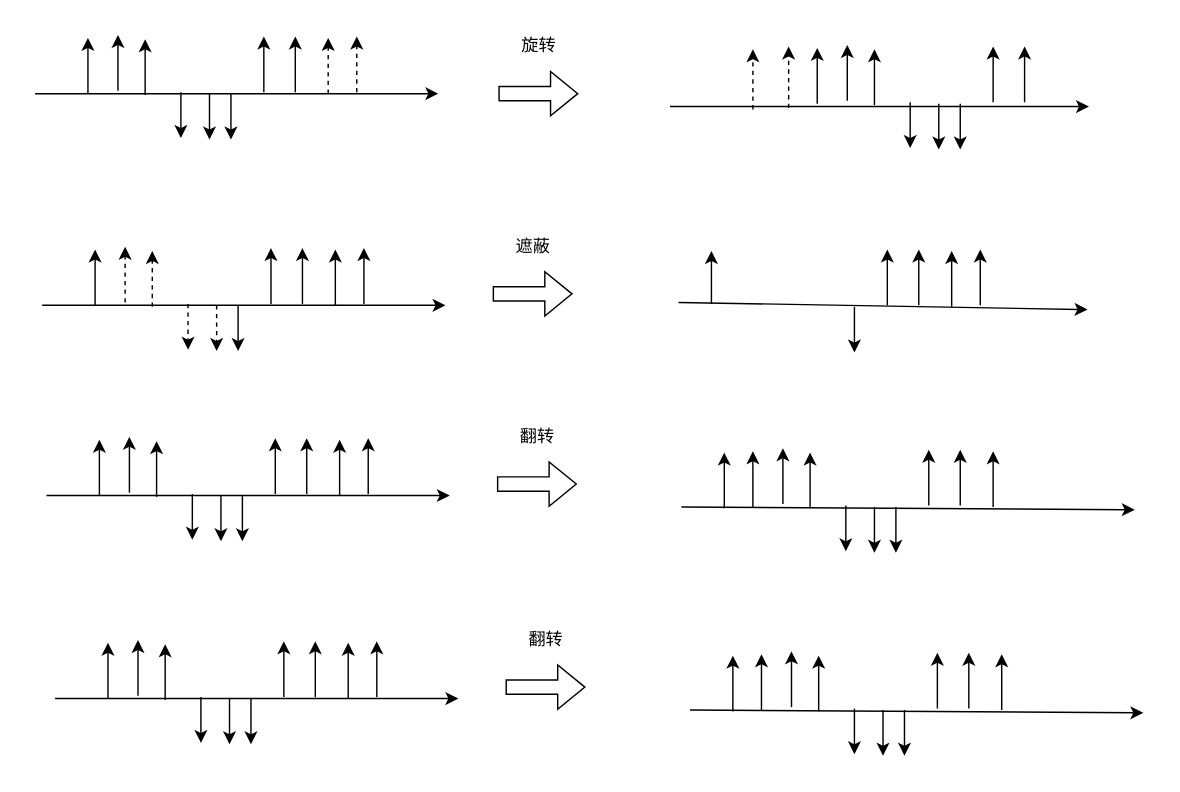
The draw.io diagram 门禁/数据增强.drawio in lilang0710/ll, before the edit. Source tidied: cells renumbered, new cells numbered last; positions are measured from the earlier drawing's top-left corner, leaving out a move shared by most shapes. Both pictures are drawn from the tidied source at 143%, with x=0, y=0 at pixel (34, 27).
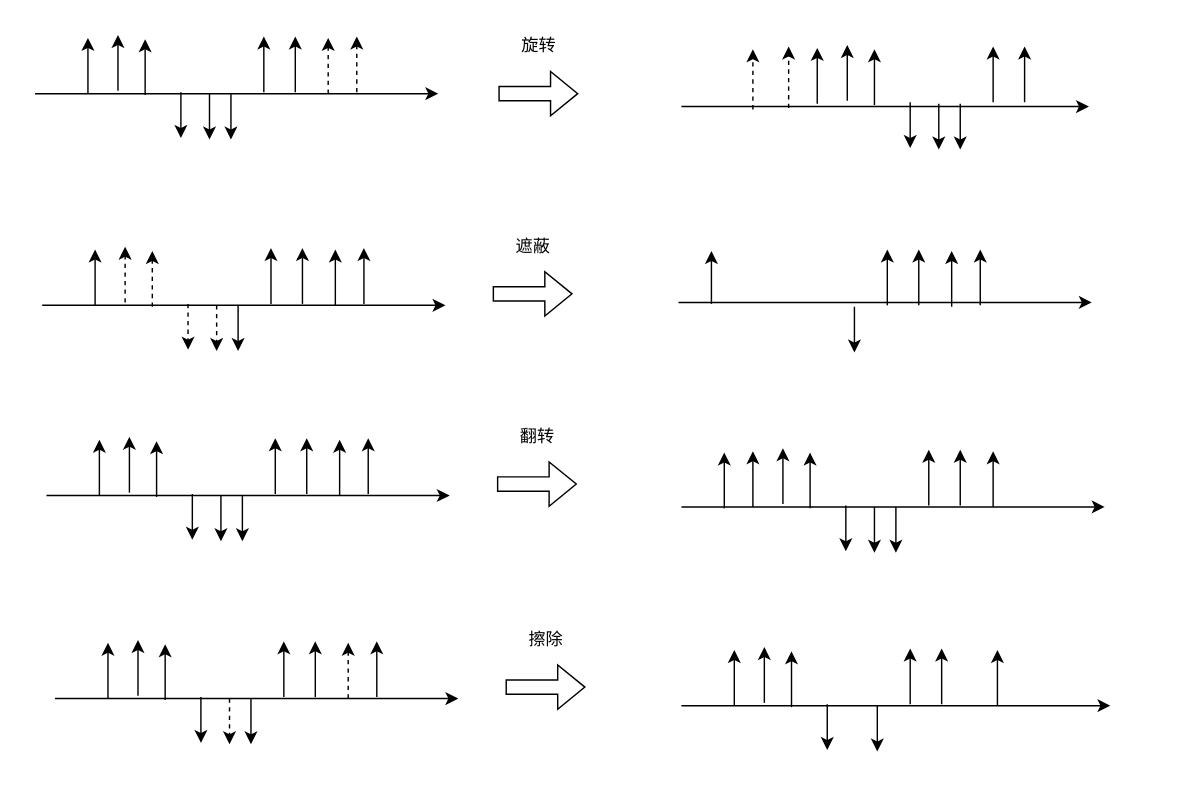
The same page after the edit.

Commit message (it also covers changes not shown here):
更新数据增强.drawio

Diff of the diagram source:
```diff
@@
     <mxCell id="27" style="endArrow=classic;html=1;rounded=0;" parent="1" edge="1">
       <mxGeometry relative="1" as="geometry">
-        <mxPoint x="444" y="55" as="sourcePoint" />
+        <mxPoint x="452" y="55" as="sourcePoint" />
         <mxPoint x="737" y="55" as="targetPoint" />
       </mxGeometry>
     </mxCell>
@@
     <mxCell id="40" style="endArrow=classic;html=1;rounded=0;" parent="1" edge="1">
       <mxGeometry relative="1" as="geometry">
         <mxPoint x="450" y="192" as="sourcePoint" />
-        <mxPoint x="736" y="197" as="targetPoint" />
+        <mxPoint x="739" y="192" as="targetPoint" />
       </mxGeometry>
     </mxCell>
@@
     <mxCell id="60" style="endArrow=classic;html=1;rounded=0;" parent="1" edge="1">
       <mxGeometry relative="1" as="geometry">
         <mxPoint x="452" y="335" as="sourcePoint" />
-        <mxPoint x="769" y="337" as="targetPoint" />
+        <mxPoint x="748" y="335" as="targetPoint" />
       </mxGeometry>
     </mxCell>
@@
-    <mxCell id="75" style="endArrow=classic;html=1;rounded=0;" parent="1" edge="1">
+    <mxCell id="75" style="endArrow=classic;html=1;rounded=0;dashed=1;" parent="1" edge="1">
       <mxGeometry relative="1" as="geometry">
         <mxPoint x="136" y="469" as="sourcePoint" />
         <mxPoint x="136" y="501" as="targetPoint" />
       </mxGeometry>
     </mxCell>
@@
-    <mxCell id="79" style="endArrow=classic;html=1;rounded=0;" parent="1" edge="1">
+    <mxCell id="79" style="endArrow=classic;html=1;rounded=0;dashed=1;" parent="1" edge="1">
       <mxGeometry relative="1" as="geometry">
         <mxPoint x="219" y="469" as="sourcePoint" />
         <mxPoint x="219" y="430" as="targetPoint" />
       </mxGeometry>
     </mxCell>
@@
-    <mxCell id="82" value="翻转" style="text;html=1;align=center;verticalAlign=middle;strokeColor=none;fillColor=none;" parent="1" vertex="1">
+    <mxCell id="82" value="擦除" style="text;html=1;align=center;verticalAlign=middle;strokeColor=none;fillColor=none;" parent="1" vertex="1">
       <mxGeometry x="335.5" y="415" width="42" height="26" as="geometry" />
     </mxCell>
     <mxCell id="83" style="endArrow=classic;html=1;rounded=0;" parent="1" edge="1">
       <mxGeometry relative="1" as="geometry">
-        <mxPoint x="508" y="477" as="sourcePoint" />
-        <mxPoint x="508" y="438" as="targetPoint" />
+        <mxPoint x="489" y="474" as="sourcePoint" />
+        <mxPoint x="489" y="435" as="targetPoint" />
       </mxGeometry>
     </mxCell>
     <mxCell id="84" style="endArrow=classic;html=1;rounded=0;" parent="1" edge="1">
       <mxGeometry relative="1" as="geometry">
-        <mxPoint x="458" y="477" as="sourcePoint" />
-        <mxPoint x="775" y="479" as="targetPoint" />
+        <mxPoint x="452" y="474" as="sourcePoint" />
+        <mxPoint x="752" y="474" as="targetPoint" />
       </mxGeometry>
     </mxCell>
     <mxCell id="85" style="endArrow=classic;html=1;rounded=0;" parent="1" edge="1">
       <mxGeometry relative="1" as="geometry">
-        <mxPoint x="529" y="475" as="sourcePoint" />
-        <mxPoint x="529" y="436" as="targetPoint" />
+        <mxPoint x="510" y="472" as="sourcePoint" />
+        <mxPoint x="510" y="433" as="targetPoint" />
       </mxGeometry>
     </mxCell>
     <mxCell id="86" style="endArrow=classic;html=1;rounded=0;" parent="1" edge="1">
       <mxGeometry relative="1" as="geometry">
-        <mxPoint x="548" y="478" as="sourcePoint" />
-        <mxPoint x="548" y="439" as="targetPoint" />
+        <mxPoint x="529" y="475" as="sourcePoint" />
+        <mxPoint x="529" y="436" as="targetPoint" />
       </mxGeometry>
     </mxCell>
     <mxCell id="87" style="endArrow=classic;html=1;rounded=0;" parent="1" edge="1">
       <mxGeometry relative="1" as="geometry">
-        <mxPoint x="573" y="476" as="sourcePoint" />
-        <mxPoint x="573" y="508" as="targetPoint" />
+        <mxPoint x="554" y="473" as="sourcePoint" />
+        <mxPoint x="554" y="505" as="targetPoint" />
       </mxGeometry>
     </mxCell>
-    <mxCell id="88" style="endArrow=classic;html=1;rounded=0;" parent="1" edge="1">
-      <mxGeometry relative="1" as="geometry">
-        <mxPoint x="593" y="477" as="sourcePoint" />
-        <mxPoint x="593" y="509" as="targetPoint" />
-      </mxGeometry>
-    </mxCell>
     <mxCell id="89" style="endArrow=classic;html=1;rounded=0;" parent="1" edge="1">
       <mxGeometry relative="1" as="geometry">
-        <mxPoint x="608" y="477" as="sourcePoint" />
-        <mxPoint x="608" y="509" as="targetPoint" />
+        <mxPoint x="589" y="474" as="sourcePoint" />
+        <mxPoint x="589" y="506" as="targetPoint" />
       </mxGeometry>
     </mxCell>
     <mxCell id="90" style="endArrow=classic;html=1;rounded=0;" parent="1" edge="1">
       <mxGeometry relative="1" as="geometry">
-        <mxPoint x="631" y="476" as="sourcePoint" />
-        <mxPoint x="631" y="437" as="targetPoint" />
+        <mxPoint x="612" y="473" as="sourcePoint" />
+        <mxPoint x="612" y="434" as="targetPoint" />
       </mxGeometry>
     </mxCell>
     <mxCell id="91" style="endArrow=classic;html=1;rounded=0;" parent="1" edge="1">
       <mxGeometry relative="1" as="geometry">
-        <mxPoint x="653" y="476" as="sourcePoint" />
-        <mxPoint x="653" y="437" as="targetPoint" />
+        <mxPoint x="634" y="473" as="sourcePoint" />
+        <mxPoint x="634" y="434" as="targetPoint" />
       </mxGeometry>
     </mxCell>
-    <mxCell id="92" style="endArrow=classic;html=1;rounded=0;" parent="1" edge="1">
-      <mxGeometry relative="1" as="geometry">
-        <mxPoint x="676" y="477" as="sourcePoint" />
-        <mxPoint x="676" y="438" as="targetPoint" />
-      </mxGeometry>
-    </mxCell>
     <mxCell id="93" style="endArrow=classic;html=1;rounded=0;" parent="1" edge="1">
       <mxGeometry relative="1" as="geometry">
-        <mxPoint x="488" y="478" as="sourcePoint" />
-        <mxPoint x="488" y="439" as="targetPoint" />
+        <mxPoint x="673" y="474" as="sourcePoint" />
+        <mxPoint x="673" y="435" as="targetPoint" />
       </mxGeometry>
     </mxCell>
```
